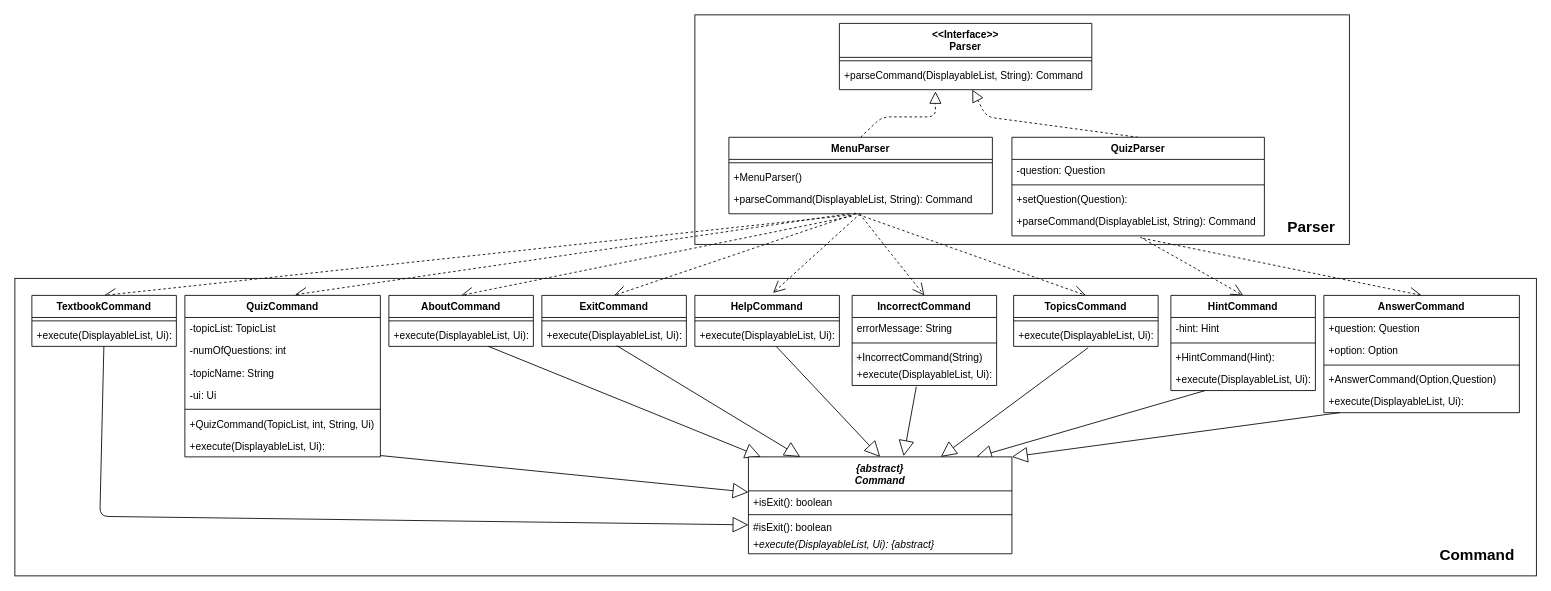
This is docs/diagrams/Parser Diagram_.drawio from nus-cs2113-AY2021S1/tp, a draw.io file, before an edit. Source tidied: cells renumbered, new cells numbered last; positions are measured from the earlier drawing's top-left corner, leaving out a move shared by most shapes. Both pictures are drawn from the tidied source at 85%, with x=0, y=0 at pixel (14, 14).
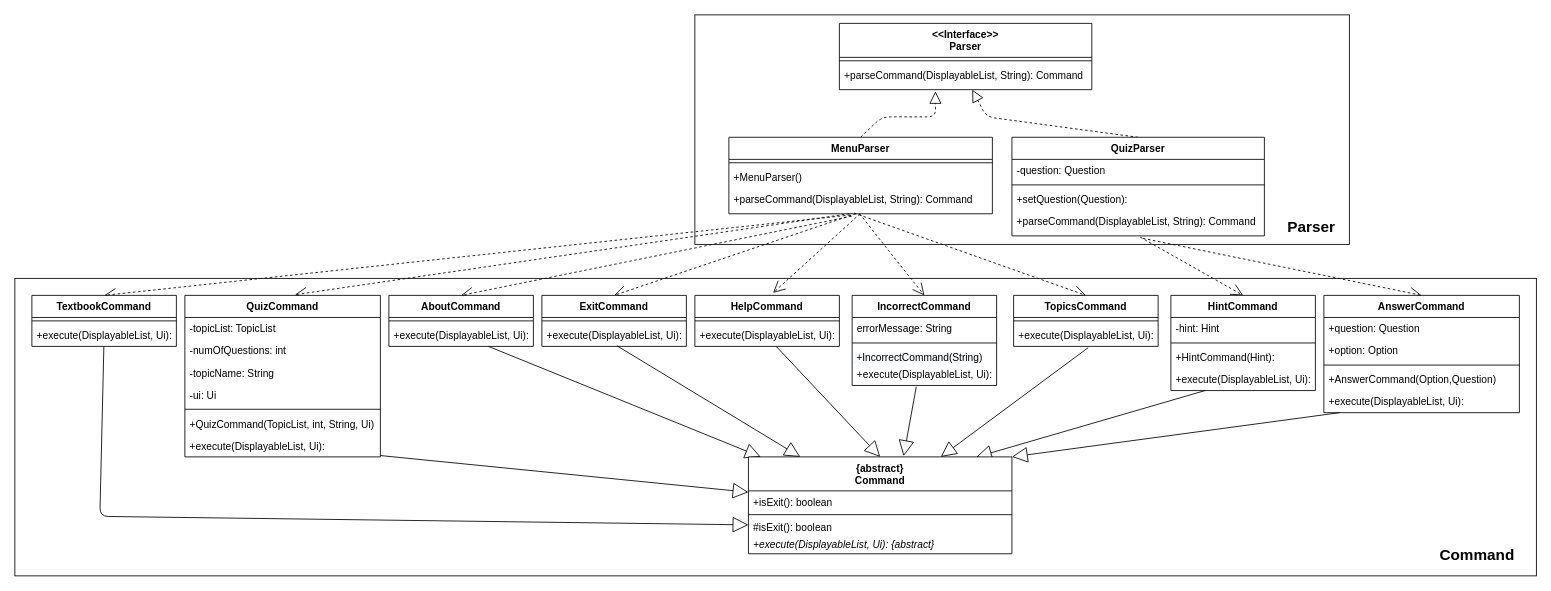
The same page after the edit.

Commit message (it also covers changes not shown here):
Add changes to DG ParserDiagram and add some text to clarify dependencies for MenuParser.

Change to the diagram source:
```diff
@@
-    <mxCell id="33" value="{abstract}&#10;Command" style="swimlane;fontStyle=3;align=center;verticalAlign=top;horizontal=1;startSize=40;" parent="1" vertex="1">
+    <mxCell id="33" value="{abstract}&#10;Command" style="swimlane;fontStyle=1;align=center;verticalAlign=top;horizontal=1;startSize=40;" parent="1" vertex="1">
       <mxGeometry x="863" y="520" width="310" height="114" as="geometry" />
     </mxCell>
```
